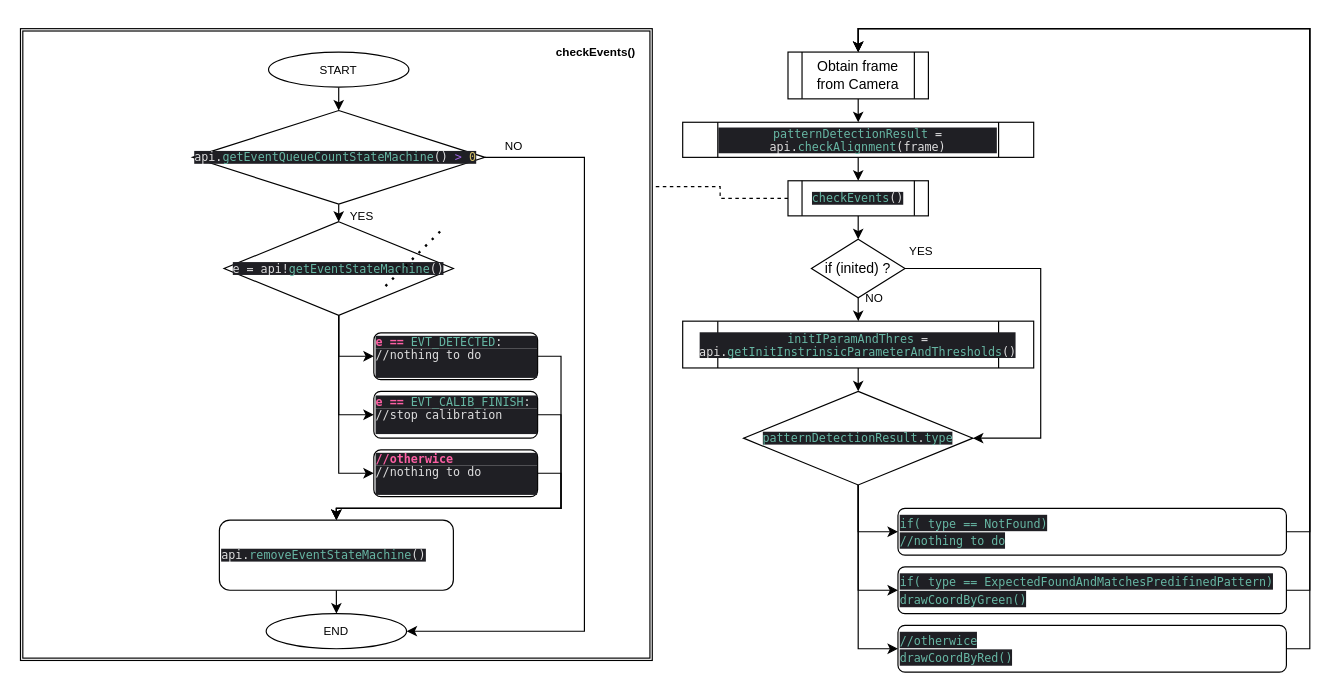
Before: MLMCalibration.drawio in Mike335207/work, a draw.io diagram. Source tidied: cells renumbered, new cells numbered last; positions are measured from the earlier drawing's top-left corner, leaving out a move shared by most shapes. Both pictures are drawn from the tidied source at 117%, with x=0, y=0 at pixel (20, 28).
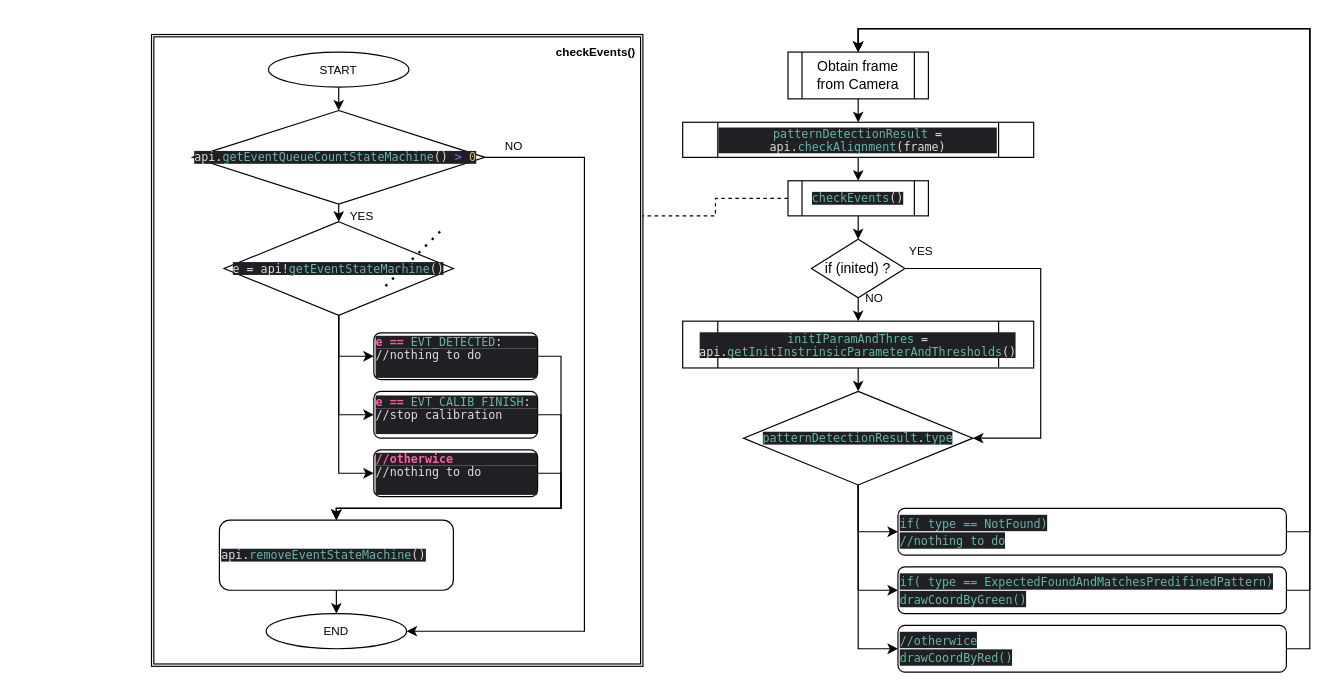
Above is the later version.

The change refers to these unchanged cells:
```xml
<mxCell id="9" value="&lt;p style=&quot;margin: 0px ; font-stretch: normal ; line-height: normal ; font-family: &amp;#34;menlo&amp;#34; ; color: rgb(103 , 183 , 164) ; background-color: rgb(31 , 31 , 36) ; font-size: 10px&quot;&gt;checkEvents&lt;span style=&quot;color: rgba(255 , 255 , 255 , 0.85)&quot;&gt;()&lt;/span&gt;&lt;/p&gt;" style="shape=process;whiteSpace=wrap;html=1;backgroundOutline=1;" parent="1" vertex="1">
  <mxGeometry x="656" y="130" width="120" height="30" as="geometry" />
</mxCell>
```

Change to the diagram source:
```diff
@@
-    <mxCell id="2" style="shape=ext;double=1;whiteSpace=wrap;html=1;fontSize=10;align=center;" parent="1" vertex="1">
-      <mxGeometry width="540" height="540" as="geometry" />
-    </mxCell>
+    <mxCell id="49" style="shape=ext;double=1;rounded=0;whiteSpace=wrap;html=1;fontSize=10;align=center;" parent="1" vertex="1">
+      <mxGeometry x="112" y="5" width="420" height="540" as="geometry" />
+    </mxCell>
@@
-    <mxCell id="8" style="edgeStyle=orthogonalEdgeStyle;rounded=0;jettySize=auto;html=1;exitX=0;exitY=0.5;exitDx=0;exitDy=0;entryX=1;entryY=0.25;entryDx=0;entryDy=0;fontSize=10;dashed=1;endArrow=none;endFill=0;" parent="1" edge="1" source="9" target="2">
-      <mxGeometry relative="1" as="geometry" />
+    <mxCell id="8" style="edgeStyle=orthogonalEdgeStyle;rounded=0;jettySize=auto;html=1;exitX=0;exitY=0.5;exitDx=0;exitDy=0;fontSize=10;dashed=1;endArrow=none;endFill=0;" parent="1" edge="1" source="9" target="49">
+      <mxGeometry relative="1" as="geometry">
+        <Array as="points">
+          <mxPoint x="594" y="145" />
+          <mxPoint x="594" y="160" />
+        </Array>
+      </mxGeometry>
     </mxCell>
```
